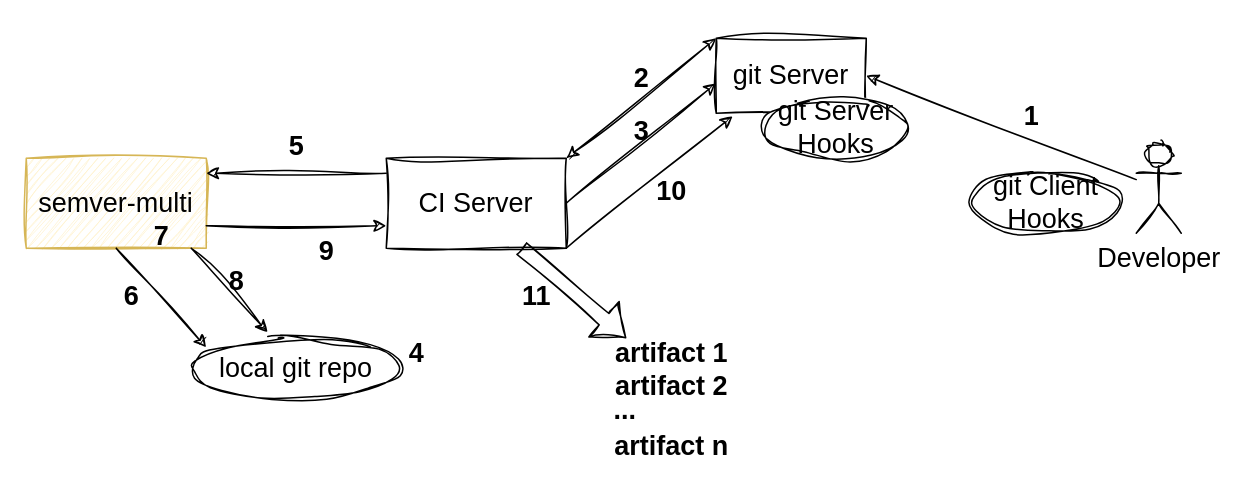
Before: resources/semver-multi-architecture.drawio in kineticfire-labs/semver-multi, a draw.io diagram. Source tidied: cells renumbered, new cells numbered last; positions are measured from the earlier drawing's top-left corner, leaving out a move shared by most shapes. Both pictures are drawn from the tidied source at 150%, with x=0, y=0 at pixel (26, 38).
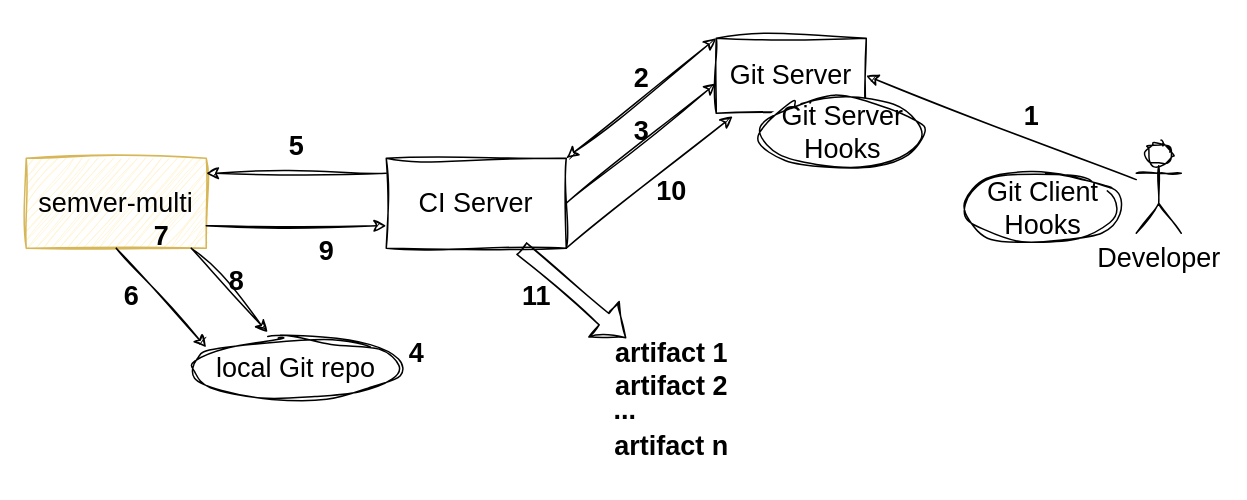
The same page after the edit.

Commit message:
docs(p): update architecture drawio diagram

What changed in the source:
```diff
@@
-    <mxCell id="2" value="git Server" style="rounded=0;whiteSpace=wrap;html=1;fontSize=18;sketch=1;curveFitting=1;jiggle=2;" parent="1" vertex="1">
+    <mxCell id="2" value="Git Server" style="rounded=0;whiteSpace=wrap;html=1;fontSize=18;sketch=1;curveFitting=1;jiggle=2;" parent="1" vertex="1">
       <mxGeometry x="460" width="100" height="50" as="geometry" />
     </mxCell>
@@
-    <mxCell id="4" value="git Client Hooks" style="ellipse;whiteSpace=wrap;html=1;fontSize=18;sketch=1;curveFitting=1;jiggle=2;" parent="1" vertex="1">
-      <mxGeometry x="630" y="90" width="100" height="40" as="geometry" />
+    <mxCell id="4" value="Git Client Hooks" style="ellipse;whiteSpace=wrap;html=1;fontSize=18;sketch=1;curveFitting=1;jiggle=2;" parent="1" vertex="1">
+      <mxGeometry x="626" y="90" width="104" height="47" as="geometry" />
     </mxCell>
-    <mxCell id="5" value="git Server Hooks" style="ellipse;whiteSpace=wrap;html=1;fontSize=18;sketch=1;curveFitting=1;jiggle=2;" parent="1" vertex="1">
-      <mxGeometry x="490" y="40" width="100" height="40" as="geometry" />
+    <mxCell id="5" value="Git Server Hooks" style="ellipse;whiteSpace=wrap;html=1;fontSize=18;sketch=1;curveFitting=1;jiggle=2;" parent="1" vertex="1">
+      <mxGeometry x="490" y="40" width="109" height="46" as="geometry" />
     </mxCell>
@@
-    <mxCell id="17" value="local git repo" style="ellipse;whiteSpace=wrap;html=1;fontSize=18;sketch=1;curveFitting=1;jiggle=2;" parent="1" vertex="1">
+    <mxCell id="17" value="local Git repo" style="ellipse;whiteSpace=wrap;html=1;fontSize=18;sketch=1;curveFitting=1;jiggle=2;" parent="1" vertex="1">
       <mxGeometry x="110" y="200" width="140" height="40" as="geometry" />
     </mxCell>
```
